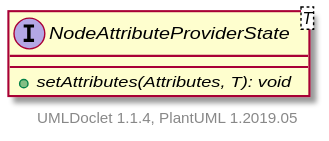
Above: apidocs/2.11.0.M8-SNAPSHOT/org/apache/wiki/markdown/extensions/jspwikilinks/attributeprovider/NodeAttributeProviderState.svg in apache/jspwiki-site (PlantUML), before the change.
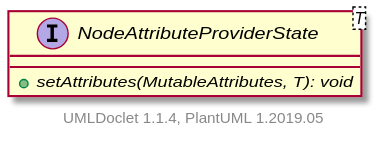
After the change.

Diff of the diagram source:
```diff
@@ -1,7 +1,7 @@
 @startuml
 
     interface NodeAttributeProviderState<T> [[NodeAttributeProviderState.html]] {
-        {abstract} +setAttributes(Attributes, T): void
+        {abstract} +setAttributes(MutableAttributes, T): void
     }
 
 
```
